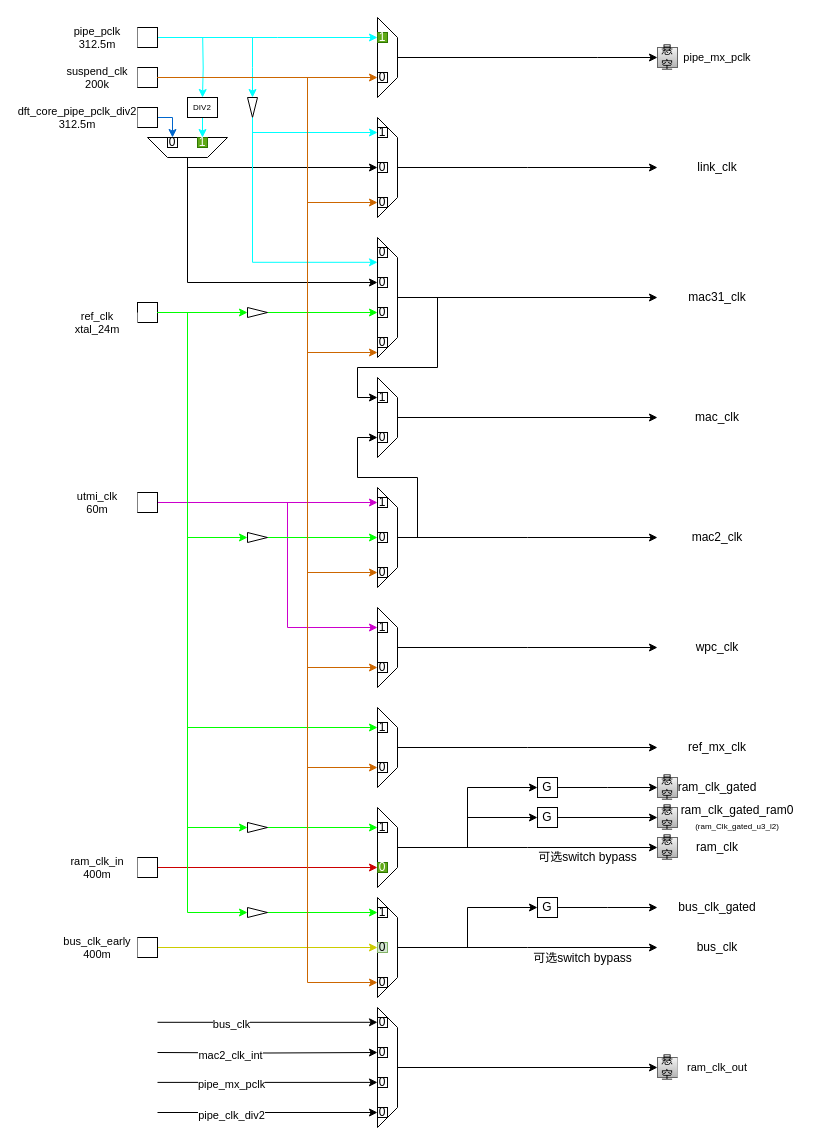
Earlier version of the draw.io diagram page "clk" (1 of 3) of axera_mc8860/DWC_usb31.drawio (howeip/Diagram). Source tidied: cells renumbered, new cells numbered last; positions are measured from the earlier drawing's top-left corner, leaving out a move shared by most shapes. Both pictures are drawn from the tidied source at 100%, with x=0, y=0 at pixel (17, 17).
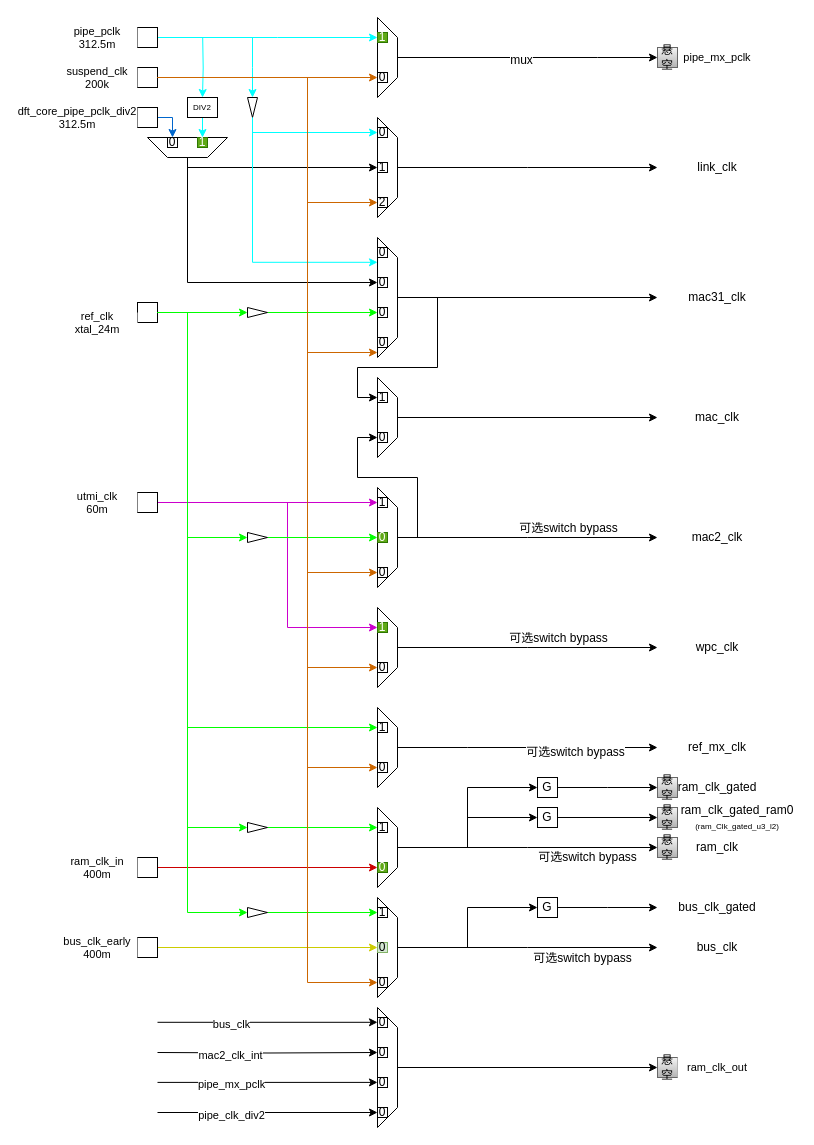
The same diagram, later.

The change refers to these unchanged cells:
```xml
<mxCell id="17" style="edgeStyle=orthogonalEdgeStyle;rounded=0;jettySize=auto;html=1;exitX=0.5;exitY=0;exitDx=0;exitDy=0;entryX=0;entryY=0.5;entryDx=0;entryDy=0;" parent="1" edge="1" source="18">
  <mxGeometry x="0.54" relative="1" as="geometry">
    <mxPoint x="640" y="40" as="targetPoint" />
    <Array as="points">
      <mxPoint x="580" y="40" />
      <mxPoint x="580" y="40" />
    </Array>
  </mxGeometry>
</mxCell>
<mxCell id="98" style="shape=trapezoid;perimeter=trapezoidPerimeter;whiteSpace=wrap;html=1;fixedSize=1;direction=south;" parent="1" vertex="1">
  <mxGeometry x="360" y="690" width="20" height="80" as="geometry" />
</mxCell>
```

Change to the diagram source:
```diff
@@
+    <mxCell id="139" value="mux" style="edgeLabel;html=1;align=center;verticalAlign=middle;fontSize=12;" parent="17" vertex="1">
+      <mxGeometry x="-0.05" y="-2" relative="1" as="geometry">
+        <mxPoint x="-1" as="offset" />
+      </mxGeometry>
+    </mxCell>
@@
-    <mxCell id="40" value="1" style="whiteSpace=wrap;html=1;" parent="1" vertex="1">
+    <mxCell id="40" value="0" style="whiteSpace=wrap;html=1;" parent="1" vertex="1">
       <mxGeometry x="360" y="110" width="10" height="10" as="geometry" />
     </mxCell>
-    <mxCell id="41" value="0" style="whiteSpace=wrap;html=1;" parent="1" vertex="1">
+    <mxCell id="41" value="2" style="whiteSpace=wrap;html=1;" parent="1" vertex="1">
       <mxGeometry x="360" y="180" width="10" height="10" as="geometry" />
     </mxCell>
@@
-    <mxCell id="50" value="0" style="whiteSpace=wrap;html=1;" parent="1" vertex="1">
+    <mxCell id="50" value="1" style="whiteSpace=wrap;html=1;" parent="1" vertex="1">
       <mxGeometry x="360" y="145" width="10" height="10" as="geometry" />
     </mxCell>
@@
-    <mxCell id="85" value="0" style="whiteSpace=wrap;html=1;" parent="1" vertex="1">
+    <mxCell id="85" value="0" style="whiteSpace=wrap;html=1;fillColor=#60a917;fontColor=#ffffff;strokeColor=#2D7600;" parent="1" vertex="1">
       <mxGeometry x="360" y="515" width="10" height="10" as="geometry" />
     </mxCell>
@@
-    <mxCell id="93" value="1" style="whiteSpace=wrap;html=1;" parent="1" vertex="1">
+    <mxCell id="93" value="1" style="whiteSpace=wrap;html=1;fillColor=#60a917;fontColor=#ffffff;strokeColor=#2D7600;" parent="1" vertex="1">
       <mxGeometry x="360" y="605" width="10" height="10" as="geometry" />
     </mxCell>
@@
     <mxCell id="97" style="edgeStyle=orthogonalEdgeStyle;rounded=0;jettySize=auto;html=1;exitX=0.5;exitY=0;exitDx=0;exitDy=0;entryX=0;entryY=0.5;entryDx=0;entryDy=0;" parent="1" edge="1" source="98">
       <mxGeometry x="0.54" relative="1" as="geometry">
         <mxPoint x="640" y="730" as="targetPoint" />
+        <Array as="points">
+          <mxPoint x="450" y="730" />
+          <mxPoint x="450" y="730" />
+        </Array>
       </mxGeometry>
     </mxCell>
+    <mxCell id="140" value="可选switch bypass" style="edgeLabel;html=1;align=center;verticalAlign=middle;fontSize=12;" parent="97" vertex="1">
+      <mxGeometry x="0.36" y="-4" relative="1" as="geometry" />
+    </mxCell>
@@
+    <mxCell id="141" value="可选switch bypass" style="edgeLabel;html=1;align=center;verticalAlign=middle;fontSize=12;" parent="1" vertex="1">
+      <mxGeometry x="540" y="620" as="geometry" />
+    </mxCell>
+    <mxCell id="142" value="可选switch bypass" style="edgeLabel;html=1;align=center;verticalAlign=middle;fontSize=12;" parent="1" vertex="1">
+      <mxGeometry x="550" y="510" as="geometry" />
+    </mxCell>
```
